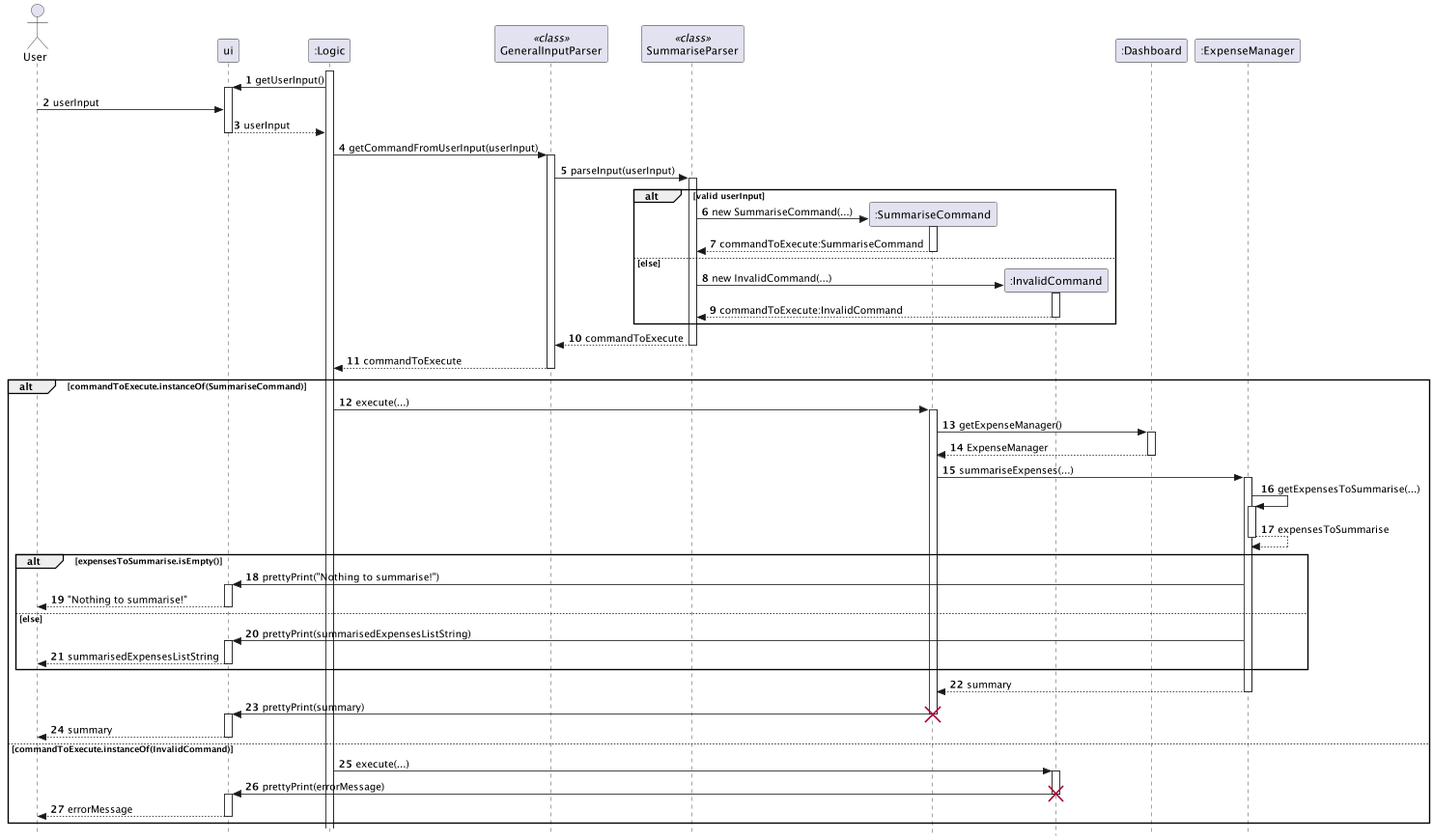
AY2324S2-CS2113-F14-1/tp keeps this PlantUML diagram as docs/images/Summarise.png. Above is the earlier version. Source of this version:
```plantuml
@startuml

skinparam Style strictuml
autonumber
actor User
participant "ui" as UI
participant ":Logic" as Logic
activate Logic
participant GeneralInputParser <<class>>
participant SummariseParser << class >>

participant ":SummariseCommand" as SummariseCommand order 28
participant ":InvalidCommand" as InvalidCommand order 29
participant ":Dashboard" as Dashboard order 30
participant ":ExpenseManager" as ExpenseManager order 31

Logic -> UI ++ : getUserInput()

User -> UI : userInput
UI --> Logic -- : userInput

Logic -> GeneralInputParser ++ : getCommandFromUserInput(userInput)
GeneralInputParser -> SummariseParser ++ : parseInput(userInput)
alt valid userInput
    SummariseParser -> SummariseCommand ** : new SummariseCommand(...)
    activate SummariseCommand
    SummariseCommand --> SummariseParser --: commandToExecute:SummariseCommand
else else
    SummariseParser -> InvalidCommand ** : new InvalidCommand(...)
    activate InvalidCommand
    InvalidCommand --> SummariseParser -- : commandToExecute:InvalidCommand
end

SummariseParser --> GeneralInputParser -- : commandToExecute
GeneralInputParser --> Logic -- : commandToExecute

alt commandToExecute.instanceOf(SummariseCommand)
    Logic -> SummariseCommand : execute(...)
    activate SummariseCommand
    SummariseCommand -> Dashboard ++ : getExpenseManager()
    Dashboard --> SummariseCommand -- : ExpenseManager
    SummariseCommand -> ExpenseManager ++ : summariseExpenses(...)
    ExpenseManager -> ExpenseManager ++ : getExpensesToSummarise(...)
    ExpenseManager --> ExpenseManager -- : expensesToSummarise
    alt expensesToSummarise.isEmpty()
        ExpenseManager -> UI : prettyPrint("Nothing to summarise!")
        activate UI
        UI --> User -- : "Nothing to summarise!"
    else else
        ExpenseManager -> UI ++ : prettyPrint(summarisedExpensesListString)
        UI --> User -- : summarisedExpensesListString
    end
    ExpenseManager --> SummariseCommand -- : summary
    SummariseCommand -> UI -- : prettyPrint(summary)
    activate UI
    destroy SummariseCommand
    UI --> User -- : summary
else commandToExecute.instanceOf(InvalidCommand)
    Logic -> InvalidCommand : execute(...)
    activate InvalidCommand
    InvalidCommand -> UI -- : prettyPrint(errorMessage)
    activate UI
    destroy InvalidCommand
    UI --> User -- : errorMessage
end
deactivate UI






@enduml
```
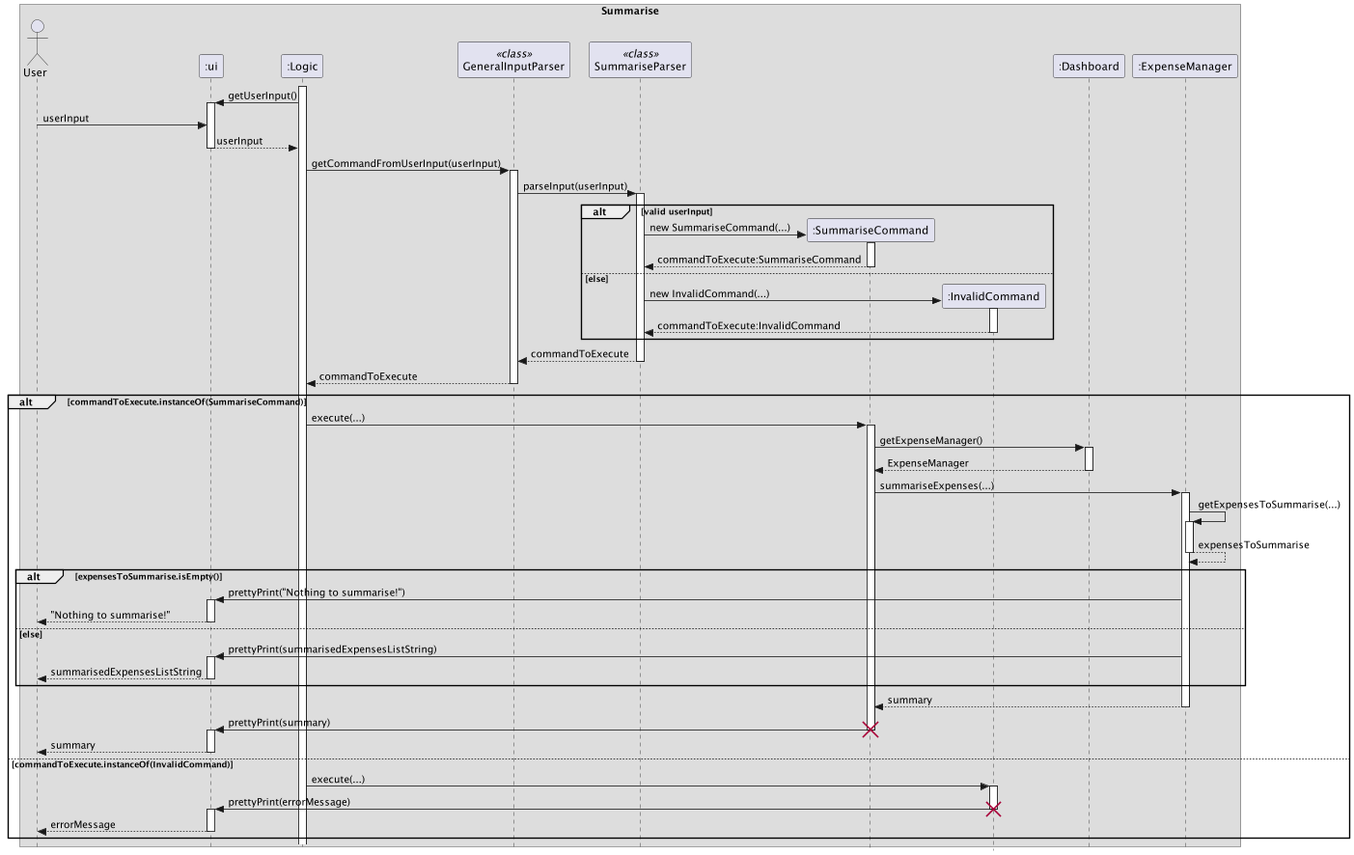
After the commit.

The edit, as a diff of the source:
```diff
@@ -1,9 +1,10 @@
 @startuml
 
+box Summarise
+
 skinparam Style strictuml
-autonumber
 actor User
-participant "ui" as UI
+participant ":ui" as UI
 participant ":Logic" as Logic
 activate Logic
 participant GeneralInputParser <<class>>
@@ -65,7 +66,7 @@
 end
 deactivate UI
 
-
+endbox
 
 
 
```
